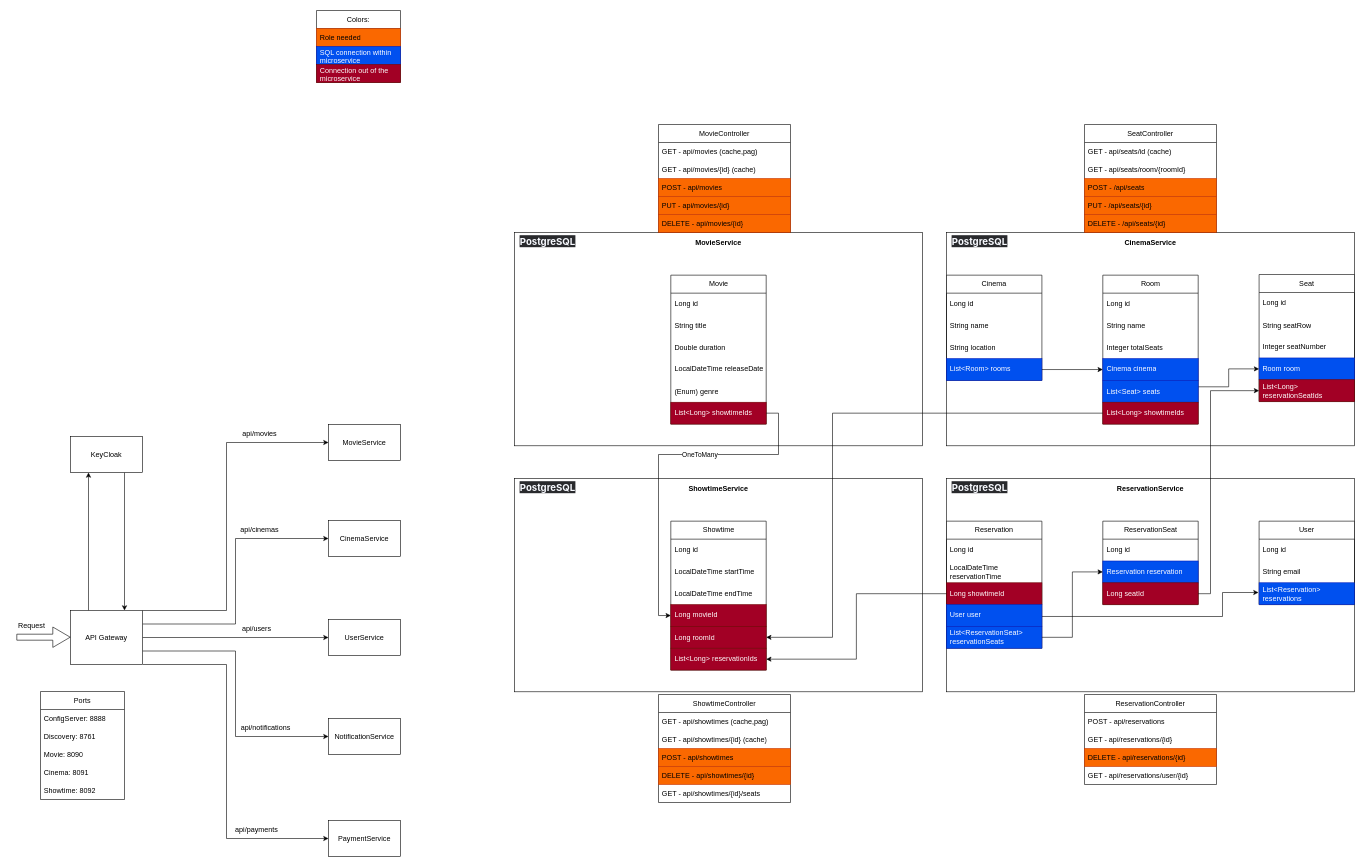
The draw.io diagram system.drawio in tpoda35/JAVA.PROJECT.MovieReservationSystem, before the edit. Source tidied: cells renumbered, new cells numbered last; positions are measured from the earlier drawing's top-left corner, leaving out a move shared by most shapes. Both pictures are drawn from the tidied source at 60%, with x=0, y=0 at pixel (10, 10).
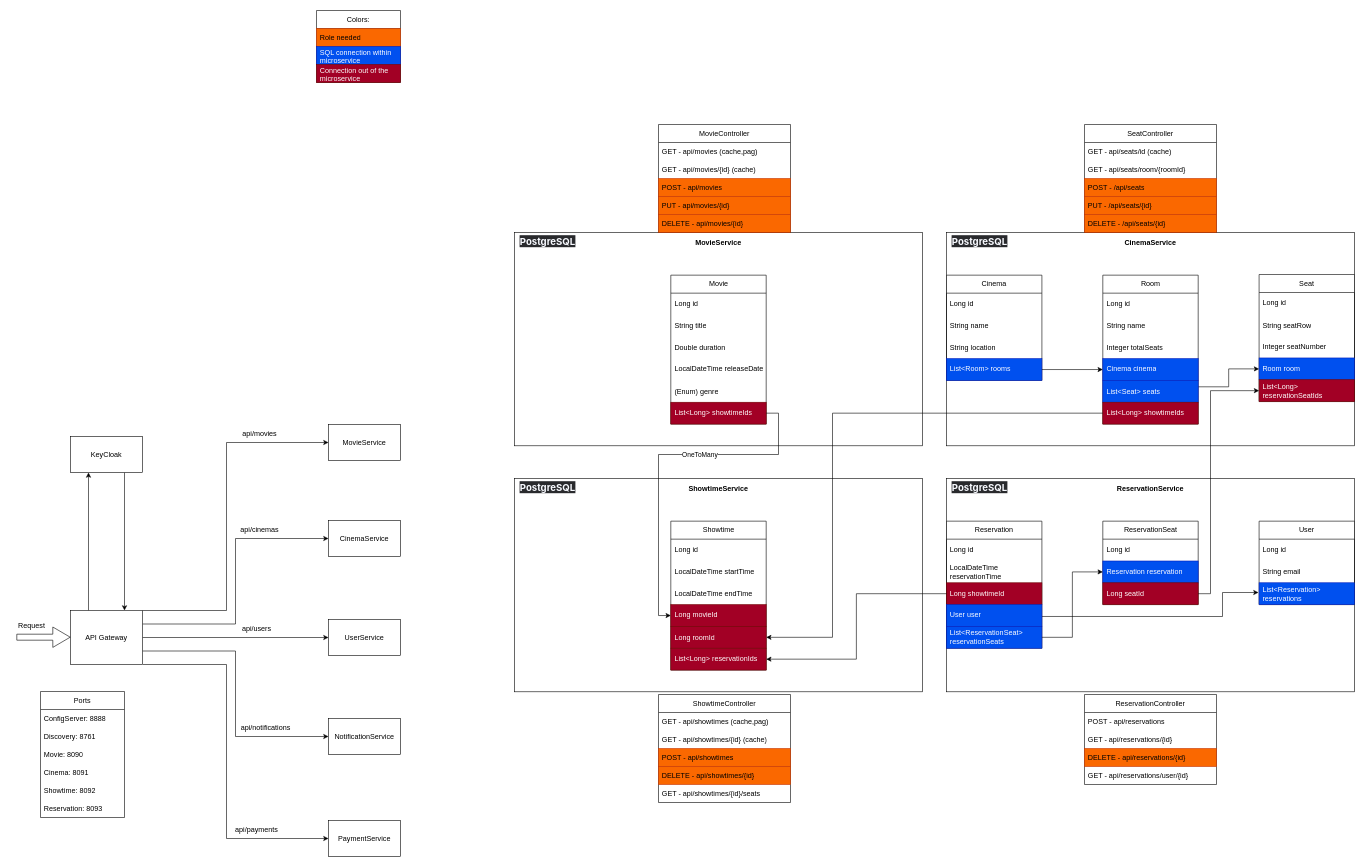
The same page after the edit.

The edit, as a diff of the source:
```diff
@@
     <mxCell id="23" value="Ports" style="swimlane;fontStyle=0;horizontal=1;startSize=30;whiteSpace=wrap;html=1;" parent="1" vertex="1">
-      <mxGeometry x="50" y="1135" width="140" height="180" as="geometry" />
+      <mxGeometry x="50" y="1135" width="140" height="210" as="geometry" />
     </mxCell>
@@
+    <mxCell id="127" value="Reservation: 8093" style="text;strokeColor=none;fillColor=none;align=left;verticalAlign=middle;spacingLeft=4;spacingRight=4;overflow=hidden;whiteSpace=wrap;html=1;" parent="23" vertex="1">
+      <mxGeometry y="180" width="140" height="30" as="geometry" />
+    </mxCell>
```
